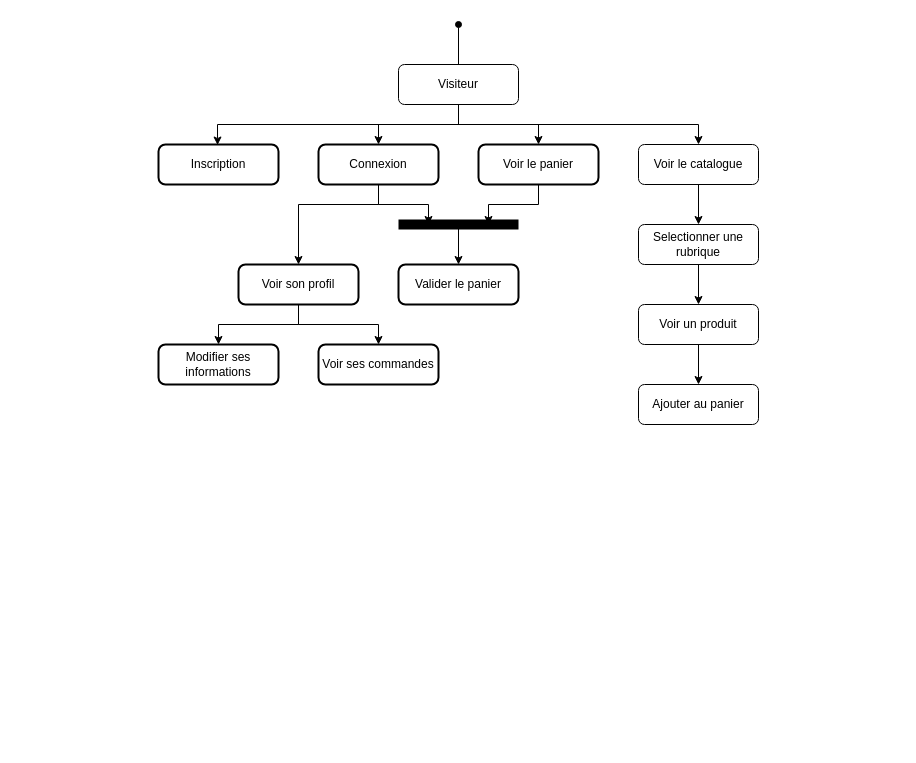
Earlier version of the draw.io diagram Maquette/navigation.drawio (LdxPierre/fil_rouge). Source tidied: cells renumbered, new cells numbered last; positions are measured from the earlier drawing's top-left corner, leaving out a move shared by most shapes. Both pictures are drawn from the tidied source at 100%, with x=0, y=0 at pixel (158, 24).
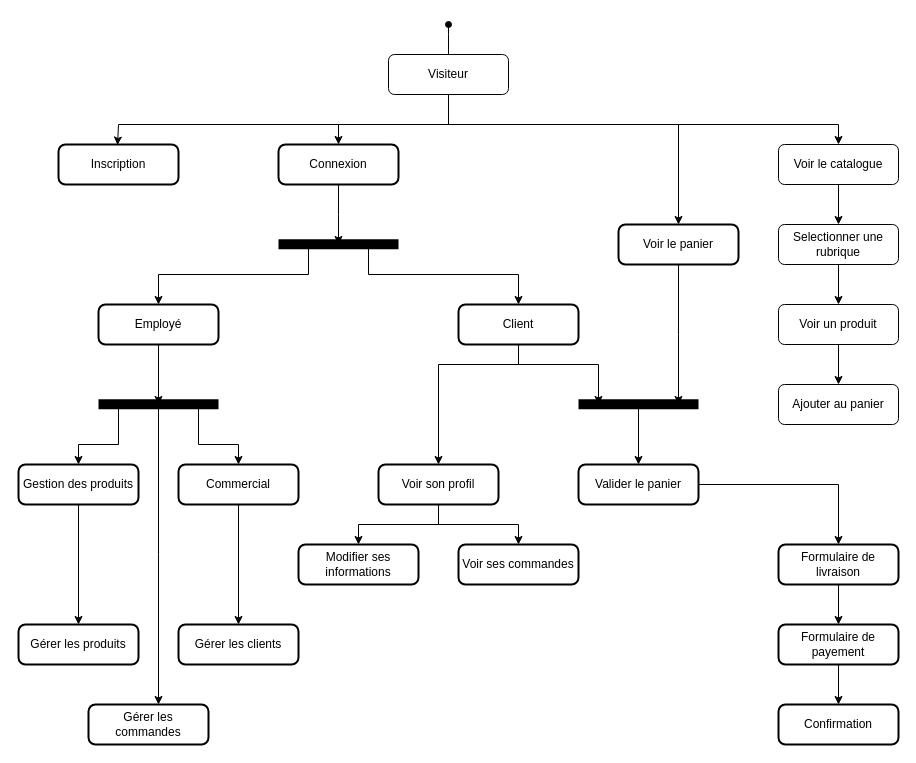
Above is the later version.

What changed in the source:
```diff
@@
     <mxCell id="2" style="edgeStyle=orthogonalEdgeStyle;rounded=0;jettySize=auto;html=1;endArrow=oval;endFill=1;" parent="1" edge="1" source="7">
       <mxGeometry relative="1" as="geometry">
-        <mxPoint x="300" as="targetPoint" />
+        <mxPoint x="290" as="targetPoint" />
         <Array as="points">
-          <mxPoint x="300" />
+          <mxPoint x="290" y="10" />
+          <mxPoint x="290" y="10" />
         </Array>
       </mxGeometry>
     </mxCell>
     <mxCell id="3" style="edgeStyle=orthogonalEdgeStyle;rounded=0;jettySize=auto;html=1;endArrow=classic;endFill=1;" parent="1" edge="1" source="7" target="9">
       <mxGeometry relative="1" as="geometry">
         <Array as="points">
-          <mxPoint x="300" y="100" />
-          <mxPoint x="540" y="100" />
+          <mxPoint x="290" y="100" />
+          <mxPoint x="680" y="100" />
         </Array>
       </mxGeometry>
     </mxCell>
     <mxCell id="4" style="edgeStyle=orthogonalEdgeStyle;rounded=0;jettySize=auto;html=1;endArrow=classic;endFill=1;entryX=0.492;entryY=0.013;entryDx=0;entryDy=0;entryPerimeter=0;" parent="1" edge="1" source="7" target="13">
       <mxGeometry relative="1" as="geometry">
         <Array as="points">
-          <mxPoint x="300" y="100" />
-          <mxPoint x="59" y="100" />
+          <mxPoint x="290" y="100" />
+          <mxPoint x="-40" y="100" />
         </Array>
       </mxGeometry>
     </mxCell>
     <mxCell id="5" style="edgeStyle=orthogonalEdgeStyle;rounded=0;jettySize=auto;html=1;strokeWidth=1;endArrow=classic;endFill=1;" parent="1" edge="1" source="7" target="12">
-      <mxGeometry relative="1" as="geometry" />
+      <mxGeometry relative="1" as="geometry">
+        <Array as="points">
+          <mxPoint x="290" y="100" />
+          <mxPoint x="180" y="100" />
+        </Array>
+      </mxGeometry>
     </mxCell>
     <mxCell id="6" style="edgeStyle=orthogonalEdgeStyle;rounded=0;jettySize=auto;html=1;strokeWidth=1;endArrow=classic;endFill=1;" parent="1" edge="1" source="7" target="15">
-      <mxGeometry relative="1" as="geometry" />
+      <mxGeometry relative="1" as="geometry">
+        <Array as="points">
+          <mxPoint x="290" y="100" />
+          <mxPoint x="520" y="100" />
+        </Array>
+      </mxGeometry>
     </mxCell>
     <mxCell id="7" value="Visiteur" style="rounded=1;whiteSpace=wrap;html=1;" parent="1" vertex="1">
-      <mxGeometry x="240" y="40" width="120" height="40" as="geometry" />
+      <mxGeometry x="230" y="30" width="120" height="40" as="geometry" />
     </mxCell>
@@
     <mxCell id="9" value="Voir le catalogue" style="rounded=1;whiteSpace=wrap;html=1;" parent="1" vertex="1">
-      <mxGeometry x="480" y="120" width="120" height="40" as="geometry" />
+      <mxGeometry x="620" y="120" width="120" height="40" as="geometry" />
     </mxCell>
-    <mxCell id="10" style="edgeStyle=orthogonalEdgeStyle;rounded=0;jettySize=auto;html=1;strokeWidth=1;endArrow=classic;endFill=1;" parent="1" edge="1" source="12">
-      <mxGeometry relative="1" as="geometry">
-        <mxPoint x="270" y="200" as="targetPoint" />
-        <Array as="points">
-          <mxPoint x="220" y="180" />
-          <mxPoint x="270" y="180" />
-        </Array>
-      </mxGeometry>
-    </mxCell>
-    <mxCell id="11" style="edgeStyle=orthogonalEdgeStyle;rounded=0;jettySize=auto;html=1;strokeWidth=1;endArrow=classic;endFill=1;" parent="1" edge="1" source="12" target="24">
-      <mxGeometry relative="1" as="geometry">
-        <Array as="points">
-          <mxPoint x="220" y="180" />
-          <mxPoint x="140" y="180" />
-        </Array>
-      </mxGeometry>
-    </mxCell>
+    <mxCell id="29" style="edgeStyle=orthogonalEdgeStyle;rounded=0;jettySize=auto;html=1;" parent="1" edge="1" source="12">
+      <mxGeometry relative="1" as="geometry">
+        <mxPoint x="180" y="220" as="targetPoint" />
+      </mxGeometry>
+    </mxCell>
     <mxCell id="12" value="Connexion" style="rounded=1;whiteSpace=wrap;html=1;absoluteArcSize=1;arcSize=14;strokeWidth=2;" parent="1" vertex="1">
-      <mxGeometry x="160" y="120" width="120" height="40" as="geometry" />
+      <mxGeometry x="120" y="120" width="120" height="40" as="geometry" />
     </mxCell>
     <mxCell id="13" value="Inscription" style="rounded=1;whiteSpace=wrap;html=1;absoluteArcSize=1;arcSize=14;strokeWidth=2;" parent="1" vertex="1">
-      <mxGeometry y="120" width="120" height="40" as="geometry" />
+      <mxGeometry x="-100" y="120" width="120" height="40" as="geometry" />
     </mxCell>
-    <mxCell id="14" style="edgeStyle=orthogonalEdgeStyle;rounded=0;jettySize=auto;html=1;strokeWidth=1;endArrow=classic;endFill=1;" parent="1" edge="1" source="15">
-      <mxGeometry relative="1" as="geometry">
-        <mxPoint x="330" y="200" as="targetPoint" />
-        <Array as="points">
-          <mxPoint x="380" y="180" />
-          <mxPoint x="330" y="180" />
-        </Array>
-      </mxGeometry>
-    </mxCell>
+    <mxCell id="30" style="edgeStyle=orthogonalEdgeStyle;rounded=0;jettySize=auto;html=1;" parent="1" edge="1" source="15">
+      <mxGeometry relative="1" as="geometry">
+        <mxPoint x="520" y="380" as="targetPoint" />
+      </mxGeometry>
+    </mxCell>
     <mxCell id="15" value="Voir le panier" style="rounded=1;whiteSpace=wrap;html=1;absoluteArcSize=1;arcSize=14;strokeWidth=2;" parent="1" vertex="1">
-      <mxGeometry x="320" y="120" width="120" height="40" as="geometry" />
+      <mxGeometry x="460" y="200" width="120" height="40" as="geometry" />
     </mxCell>
+    <mxCell id="31" style="edgeStyle=orthogonalEdgeStyle;rounded=0;jettySize=auto;html=1;" parent="1" edge="1" source="16" target="50">
+      <mxGeometry relative="1" as="geometry" />
+    </mxCell>
     <mxCell id="16" value="Valider le panier" style="rounded=1;whiteSpace=wrap;html=1;absoluteArcSize=1;arcSize=14;strokeWidth=2;" parent="1" vertex="1">
-      <mxGeometry x="240" y="240" width="120" height="40" as="geometry" />
+      <mxGeometry x="420" y="440" width="120" height="40" as="geometry" />
     </mxCell>
     <mxCell id="17" style="endArrow=none;html=1;rounded=0;strokeWidth=10;" parent="1" edge="1">
       <mxGeometry relative="1" as="geometry">
-        <mxPoint x="240" y="200" as="sourcePoint" />
-        <mxPoint x="360" y="200" as="targetPoint" />
+        <mxPoint x="420" y="379.7" as="sourcePoint" />
+        <mxPoint x="540" y="379.7" as="targetPoint" />
       </mxGeometry>
     </mxCell>
     <mxCell id="18" style="endArrow=classic;html=1;rounded=0;strokeWidth=1;entryX=0.5;entryY=0;entryDx=0;entryDy=0;" parent="1" edge="1" target="16">
       <mxGeometry relative="1" as="geometry">
-        <mxPoint x="300" y="200" as="sourcePoint" />
+        <mxPoint x="480" y="380" as="sourcePoint" />
       </mxGeometry>
     </mxCell>
@@
     <mxCell id="20" value="Voir un produit" style="rounded=1;whiteSpace=wrap;html=1;" parent="1" vertex="1">
-      <mxGeometry x="480" y="280" width="120" height="40" as="geometry" />
+      <mxGeometry x="620" y="280" width="120" height="40" as="geometry" />
     </mxCell>
     <mxCell id="21" value="Ajouter au panier" style="rounded=1;whiteSpace=wrap;html=1;" parent="1" vertex="1">
-      <mxGeometry x="480" y="360" width="120" height="40" as="geometry" />
+      <mxGeometry x="620" y="360" width="120" height="40" as="geometry" />
     </mxCell>
@@
     <mxCell id="23" style="edgeStyle=orthogonalEdgeStyle;rounded=0;jettySize=auto;html=1;strokeWidth=1;endArrow=classic;endFill=1;" parent="1" edge="1" source="24" target="26">
-      <mxGeometry relative="1" as="geometry" />
+      <mxGeometry relative="1" as="geometry">
+        <Array as="points">
+          <mxPoint x="280" y="500" />
+          <mxPoint x="360" y="500" />
+        </Array>
+      </mxGeometry>
     </mxCell>
     <mxCell id="24" value="Voir son profil" style="rounded=1;whiteSpace=wrap;html=1;absoluteArcSize=1;arcSize=14;strokeWidth=2;" parent="1" vertex="1">
-      <mxGeometry x="80" y="240" width="120" height="40" as="geometry" />
+      <mxGeometry x="220" y="440" width="120" height="40" as="geometry" />
     </mxCell>
     <mxCell id="25" value="Modifier ses informations" style="rounded=1;whiteSpace=wrap;html=1;absoluteArcSize=1;arcSize=14;strokeWidth=2;" parent="1" vertex="1">
-      <mxGeometry y="320" width="120" height="40" as="geometry" />
+      <mxGeometry x="140" y="520" width="120" height="40" as="geometry" />
     </mxCell>
     <mxCell id="26" value="Voir ses commandes" style="rounded=1;whiteSpace=wrap;html=1;absoluteArcSize=1;arcSize=14;strokeWidth=2;" parent="1" vertex="1">
-      <mxGeometry x="160" y="320" width="120" height="40" as="geometry" />
+      <mxGeometry x="300" y="520" width="120" height="40" as="geometry" />
     </mxCell>
@@
     <mxCell id="28" value="Selectionner une rubrique" style="rounded=1;whiteSpace=wrap;html=1;" parent="1" vertex="1">
-      <mxGeometry x="480" y="200" width="120" height="40" as="geometry" />
+      <mxGeometry x="620" y="200" width="120" height="40" as="geometry" />
     </mxCell>
+    <mxCell id="32" style="endArrow=none;html=1;rounded=0;strokeWidth=10;" parent="1" edge="1">
+      <mxGeometry relative="1" as="geometry">
+        <mxPoint x="120" y="219.8" as="sourcePoint" />
+        <mxPoint x="240" y="219.8" as="targetPoint" />
+      </mxGeometry>
+    </mxCell>
+    <mxCell id="33" style="edgeStyle=orthogonalEdgeStyle;rounded=0;jettySize=auto;html=1;entryX=0.5;entryY=0;entryDx=0;entryDy=0;" parent="1" edge="1" target="39">
+      <mxGeometry relative="1" as="geometry">
+        <mxPoint x="150" y="220" as="sourcePoint" />
+        <Array as="points">
+          <mxPoint x="150" y="250" />
+          <mxPoint y="250" />
+        </Array>
+      </mxGeometry>
+    </mxCell>
+    <mxCell id="34" style="edgeStyle=orthogonalEdgeStyle;rounded=0;jettySize=auto;html=1;" parent="1" edge="1" target="37">
+      <mxGeometry relative="1" as="geometry">
+        <mxPoint x="210" y="220" as="sourcePoint" />
+        <Array as="points">
+          <mxPoint x="210" y="250" />
+          <mxPoint x="360" y="250" />
+        </Array>
+      </mxGeometry>
+    </mxCell>
+    <mxCell id="35" style="edgeStyle=orthogonalEdgeStyle;rounded=0;jettySize=auto;html=1;" parent="1" edge="1" source="37">
+      <mxGeometry relative="1" as="geometry">
+        <mxPoint x="440" y="380" as="targetPoint" />
+        <Array as="points">
+          <mxPoint x="360" y="340" />
+          <mxPoint x="440" y="340" />
+        </Array>
+      </mxGeometry>
+    </mxCell>
+    <mxCell id="36" style="edgeStyle=orthogonalEdgeStyle;rounded=0;jettySize=auto;html=1;entryX=0.5;entryY=0;entryDx=0;entryDy=0;" parent="1" edge="1" source="37" target="24">
+      <mxGeometry relative="1" as="geometry">
+        <Array as="points">
+          <mxPoint x="360" y="340" />
+          <mxPoint x="280" y="340" />
+          <mxPoint x="280" y="440" />
+        </Array>
+      </mxGeometry>
+    </mxCell>
+    <mxCell id="37" value="Client" style="rounded=1;whiteSpace=wrap;html=1;absoluteArcSize=1;arcSize=14;strokeWidth=2;" parent="1" vertex="1">
+      <mxGeometry x="300" y="280" width="120" height="40" as="geometry" />
+    </mxCell>
+    <mxCell id="38" style="edgeStyle=orthogonalEdgeStyle;rounded=0;jettySize=auto;html=1;" parent="1" edge="1" source="39">
+      <mxGeometry relative="1" as="geometry">
+        <mxPoint y="380" as="targetPoint" />
+        <Array as="points">
+          <mxPoint y="380" />
+        </Array>
+      </mxGeometry>
+    </mxCell>
+    <mxCell id="39" value="Employé" style="rounded=1;whiteSpace=wrap;html=1;absoluteArcSize=1;arcSize=14;strokeWidth=2;" parent="1" vertex="1">
+      <mxGeometry x="-60" y="280" width="120" height="40" as="geometry" />
+    </mxCell>
+    <mxCell id="40" style="endArrow=none;html=1;rounded=0;strokeWidth=10;" parent="1" edge="1">
+      <mxGeometry relative="1" as="geometry">
+        <mxPoint x="-60" y="379.7" as="sourcePoint" />
+        <mxPoint x="60" y="379.7" as="targetPoint" />
+      </mxGeometry>
+    </mxCell>
+    <mxCell id="41" style="edgeStyle=orthogonalEdgeStyle;rounded=0;jettySize=auto;html=1;" parent="1" edge="1" source="42" target="47">
+      <mxGeometry relative="1" as="geometry" />
+    </mxCell>
+    <mxCell id="42" value="Commercial" style="rounded=1;whiteSpace=wrap;html=1;absoluteArcSize=1;arcSize=14;strokeWidth=2;" parent="1" vertex="1">
+      <mxGeometry x="20" y="440" width="120" height="40" as="geometry" />
+    </mxCell>
+    <mxCell id="43" style="edgeStyle=orthogonalEdgeStyle;rounded=0;jettySize=auto;html=1;entryX=0.5;entryY=0;entryDx=0;entryDy=0;" parent="1" edge="1" target="42">
+      <mxGeometry relative="1" as="geometry">
+        <mxPoint x="40" y="380" as="sourcePoint" />
+        <Array as="points">
+          <mxPoint x="40" y="420" />
+          <mxPoint x="80" y="420" />
+        </Array>
+      </mxGeometry>
+    </mxCell>
+    <mxCell id="44" style="edgeStyle=orthogonalEdgeStyle;rounded=0;jettySize=auto;html=1;" parent="1" edge="1" source="45" target="48">
+      <mxGeometry relative="1" as="geometry" />
+    </mxCell>
+    <mxCell id="45" value="Gestion des produits" style="rounded=1;whiteSpace=wrap;html=1;absoluteArcSize=1;arcSize=14;strokeWidth=2;" parent="1" vertex="1">
+      <mxGeometry x="-140" y="440" width="120" height="40" as="geometry" />
+    </mxCell>
+    <mxCell id="46" style="edgeStyle=orthogonalEdgeStyle;rounded=0;jettySize=auto;html=1;entryX=0.5;entryY=0;entryDx=0;entryDy=0;" parent="1" edge="1" target="45">
+      <mxGeometry relative="1" as="geometry">
+        <mxPoint x="-40" y="380" as="sourcePoint" />
+        <Array as="points">
+          <mxPoint x="-40" y="420" />
+          <mxPoint x="-80" y="420" />
+        </Array>
+      </mxGeometry>
+    </mxCell>
+    <mxCell id="47" value="Gérer les clients" style="rounded=1;whiteSpace=wrap;html=1;absoluteArcSize=1;arcSize=14;strokeWidth=2;" parent="1" vertex="1">
+      <mxGeometry x="20" y="600" width="120" height="40" as="geometry" />
+    </mxCell>
+    <mxCell id="48" value="Gérer les produits" style="rounded=1;whiteSpace=wrap;html=1;absoluteArcSize=1;arcSize=14;strokeWidth=2;" parent="1" vertex="1">
+      <mxGeometry x="-140" y="600" width="120" height="40" as="geometry" />
+    </mxCell>
+    <mxCell id="49" style="edgeStyle=orthogonalEdgeStyle;rounded=0;jettySize=auto;html=1;" parent="1" edge="1" source="50" target="52">
+      <mxGeometry relative="1" as="geometry" />
+    </mxCell>
+    <mxCell id="50" value="Formulaire de livraison" style="rounded=1;whiteSpace=wrap;html=1;absoluteArcSize=1;arcSize=14;strokeWidth=2;" parent="1" vertex="1">
+      <mxGeometry x="620" y="520" width="120" height="40" as="geometry" />
+    </mxCell>
+    <mxCell id="51" style="edgeStyle=orthogonalEdgeStyle;rounded=0;jettySize=auto;html=1;" parent="1" edge="1" source="52" target="53">
+      <mxGeometry relative="1" as="geometry" />
+    </mxCell>
+    <mxCell id="52" value="Formulaire de payement" style="rounded=1;whiteSpace=wrap;html=1;absoluteArcSize=1;arcSize=14;strokeWidth=2;" parent="1" vertex="1">
+      <mxGeometry x="620" y="600" width="120" height="40" as="geometry" />
+    </mxCell>
+    <mxCell id="53" value="Confirmation" style="rounded=1;whiteSpace=wrap;html=1;absoluteArcSize=1;arcSize=14;strokeWidth=2;" parent="1" vertex="1">
+      <mxGeometry x="620" y="680" width="120" height="40" as="geometry" />
+    </mxCell>
+    <mxCell id="54" style="edgeStyle=orthogonalEdgeStyle;rounded=0;orthogonalLoop=1;jettySize=auto;html=1;" parent="1" edge="1">
+      <mxGeometry relative="1" as="geometry">
+        <mxPoint y="380" as="sourcePoint" />
+        <mxPoint y="680" as="targetPoint" />
+        <Array as="points">
+          <mxPoint y="530" />
+          <mxPoint y="530" />
+        </Array>
+      </mxGeometry>
+    </mxCell>
+    <mxCell id="55" value="Gérer les commandes" style="rounded=1;whiteSpace=wrap;html=1;absoluteArcSize=1;arcSize=14;strokeWidth=2;" parent="1" vertex="1">
+      <mxGeometry x="-70" y="680" width="120" height="40" as="geometry" />
+    </mxCell>
```
